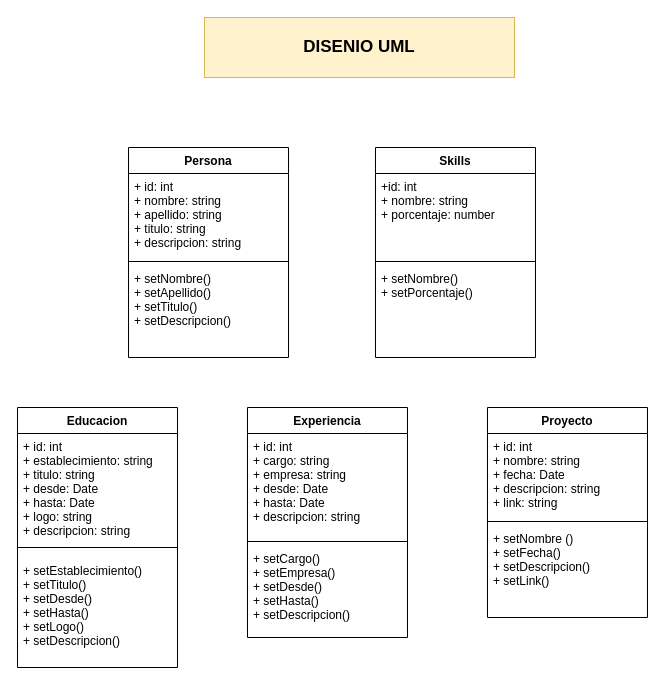
Before: page "UML" (2 of 2) of Diagramas/DER-UMLv2.drawio in pablovede/portfolioArgPrograma-Backend, a draw.io diagram. Source tidied: cells renumbered, new cells numbered last; positions are measured from the earlier drawing's top-left corner, leaving out a move shared by most shapes. Both pictures are drawn from the tidied source at 100%, with x=0, y=0 at pixel (17, 17).
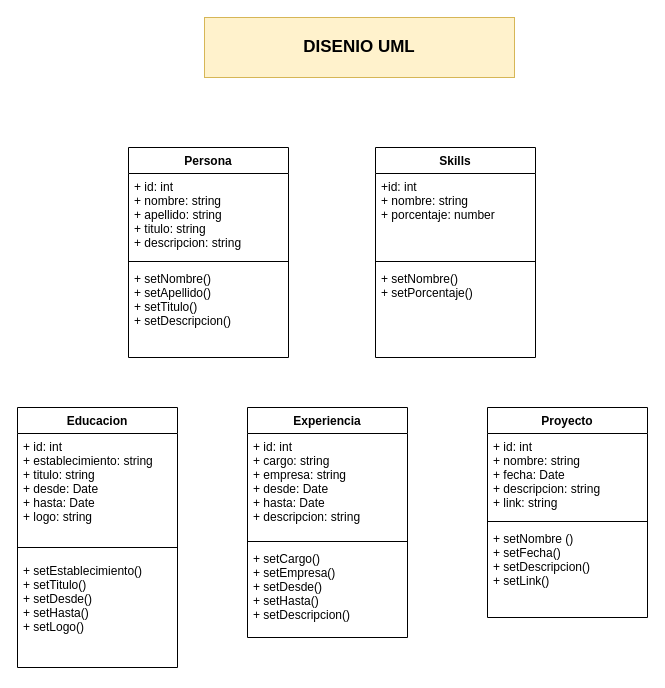
The same page after the edit.

Unchanged cells that the change refers to:
```xml
<mxCell id="11" value="Educacion" style="swimlane;fontStyle=1;align=center;verticalAlign=top;horizontal=1;startSize=26;swimlaneFillColor=default;" parent="1" vertex="1">
  <mxGeometry y="390" width="160" height="260" as="geometry" />
</mxCell>
```

Diff of the diagram source:
```diff
@@
-    <mxCell id="12" value="+ id: int&#10;+ establecimiento: string&#10;+ titulo: string&#10;+ desde: Date&#10;+ hasta: Date&#10;+ logo: string&#10;+ descripcion: string" style="text;strokeColor=none;fillColor=none;align=left;verticalAlign=top;spacingLeft=4;spacingRight=4;overflow=hidden;" parent="11" vertex="1">
+    <mxCell id="12" value="+ id: int&#10;+ establecimiento: string&#10;+ titulo: string&#10;+ desde: Date&#10;+ hasta: Date&#10;+ logo: string" style="text;strokeColor=none;fillColor=none;align=left;verticalAlign=top;spacingLeft=4;spacingRight=4;overflow=hidden;" parent="11" vertex="1">
       <mxGeometry y="26" width="160" height="104" as="geometry" />
     </mxCell>
@@
-    <mxCell id="14" value="+ setEstablecimiento()&#10;+ setTitulo()&#10;+ setDesde()&#10;+ setHasta()&#10;+ setLogo()&#10;+ setDescripcion()" style="text;strokeColor=none;fillColor=none;align=left;verticalAlign=top;spacingLeft=4;spacingRight=4;overflow=hidden;" parent="11" vertex="1">
+    <mxCell id="14" value="+ setEstablecimiento()&#10;+ setTitulo()&#10;+ setDesde()&#10;+ setHasta()&#10;+ setLogo()" style="text;strokeColor=none;fillColor=none;align=left;verticalAlign=top;spacingLeft=4;spacingRight=4;overflow=hidden;" parent="11" vertex="1">
       <mxGeometry y="150" width="160" height="110" as="geometry" />
     </mxCell>
```
